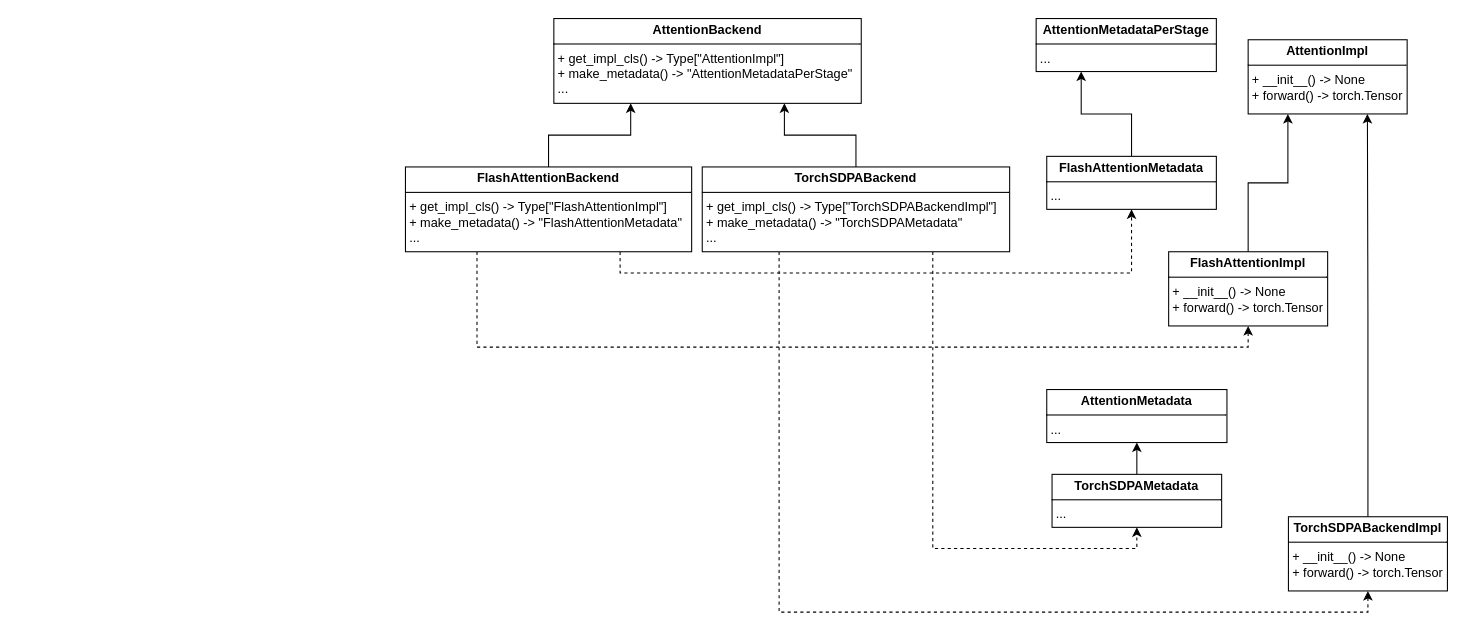
The draw.io diagram vllm_attention_backends.drawio in ZackWan/-, before the edit. Source tidied: cells renumbered, new cells numbered last; positions are measured from the earlier drawing's top-left corner, leaving out a move shared by most shapes. Both pictures are drawn from the tidied source at 106%, with x=0, y=0 at pixel (405, 18).
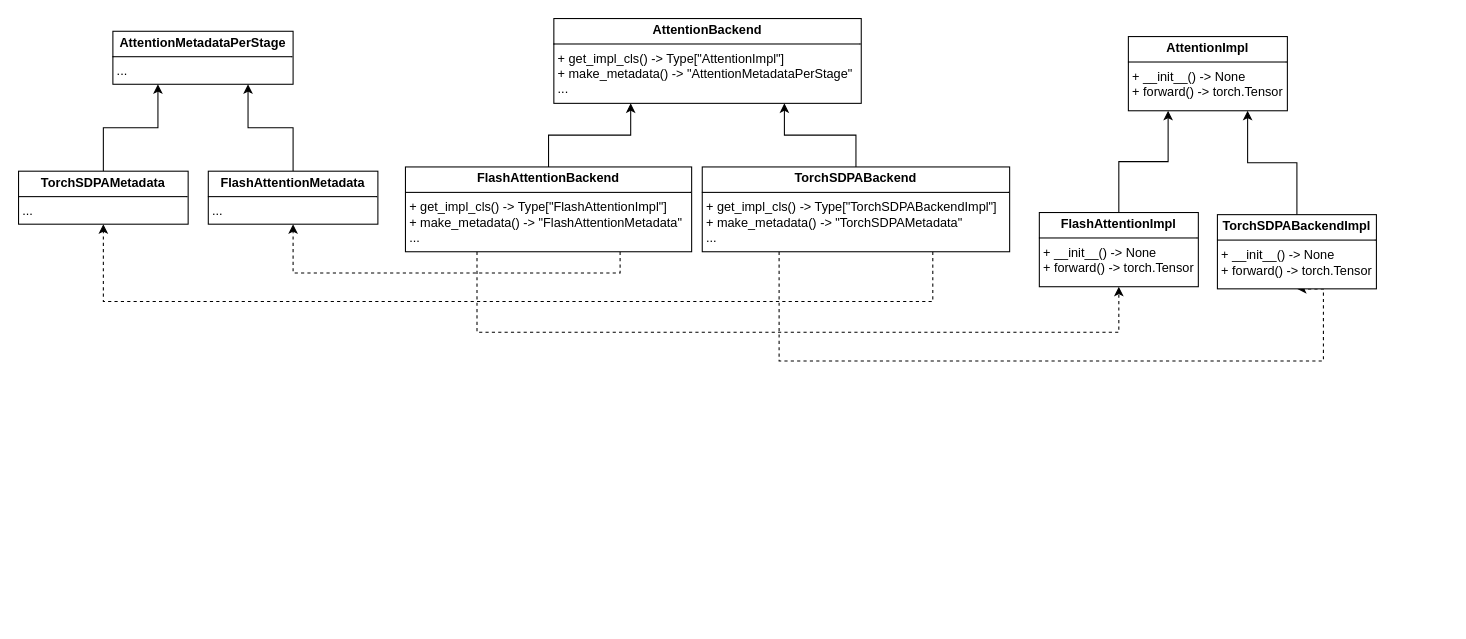
After the change.

Unchanged cells that the change refers to:
```xml
<mxCell id="6" value="&lt;p style=&quot;margin:0px;margin-top:4px;text-align:center;&quot;&gt;&lt;b&gt;FlashAttentionBackend&lt;/b&gt;&lt;/p&gt;&lt;hr size=&quot;1&quot; style=&quot;border-style:solid;&quot;&gt;&lt;p style=&quot;margin:0px;margin-left:4px;&quot;&gt;+ get_impl_cls() -&amp;gt; Type[&quot;FlashAttentionImpl&quot;]&lt;/p&gt;&lt;p style=&quot;margin:0px;margin-left:4px;&quot;&gt;+ make_metadata() -&amp;gt; &quot;FlashAttentionMetadata&quot;&lt;/p&gt;&lt;p style=&quot;margin:0px;margin-left:4px;&quot;&gt;...&lt;/p&gt;" style="verticalAlign=top;align=left;overflow=fill;html=1;whiteSpace=wrap;" parent="1" vertex="1">
  <mxGeometry y="140" width="270" height="80" as="geometry" />
</mxCell>
<mxCell id="16" value="&lt;p style=&quot;margin:0px;margin-top:4px;text-align:center;&quot;&gt;&lt;b&gt;TorchSDPABackend&lt;/b&gt;&lt;/p&gt;&lt;hr size=&quot;1&quot; style=&quot;border-style:solid;&quot;&gt;&lt;p style=&quot;margin:0px;margin-left:4px;&quot;&gt;+ get_impl_cls() -&amp;gt; Type[&quot;TorchSDPABackendImpl&quot;]&lt;/p&gt;&lt;p style=&quot;margin:0px;margin-left:4px;&quot;&gt;+ make_metadata() -&amp;gt; &quot;TorchSDPAMetadata&quot;&lt;/p&gt;&lt;p style=&quot;margin:0px;margin-left:4px;&quot;&gt;...&lt;/p&gt;" style="verticalAlign=top;align=left;overflow=fill;html=1;whiteSpace=wrap;" parent="1" vertex="1">
  <mxGeometry x="280" y="140" width="290" height="80" as="geometry" />
</mxCell>
```

The edit, as a diff of the source:
```diff
@@
     <mxCell id="5" style="edgeStyle=orthogonalEdgeStyle;rounded=0;jettySize=auto;html=1;exitX=0.25;exitY=1;exitDx=0;exitDy=0;entryX=0.5;entryY=1;entryDx=0;entryDy=0;dashed=1;" parent="1" edge="1" source="6" target="12">
-      <mxGeometry relative="1" as="geometry" />
+      <mxGeometry relative="1" as="geometry">
+        <Array as="points">
+          <mxPoint x="68" y="296" />
+          <mxPoint x="673" y="296" />
+        </Array>
+      </mxGeometry>
     </mxCell>
@@
     <mxCell id="7" value="&lt;p style=&quot;margin:0px;margin-top:4px;text-align:center;&quot;&gt;&lt;b&gt;&lt;span style=&quot;text-align: left;&quot;&gt;AttentionMetadata&lt;/span&gt;&lt;span style=&quot;background-color: initial; text-align: left;&quot;&gt;PerStage&lt;/span&gt;&lt;/b&gt;&lt;br&gt;&lt;/p&gt;&lt;hr size=&quot;1&quot; style=&quot;border-style:solid;&quot;&gt;&lt;p style=&quot;margin:0px;margin-left:4px;&quot;&gt;...&lt;/p&gt;" style="verticalAlign=top;align=left;overflow=fill;html=1;whiteSpace=wrap;" parent="1" vertex="1">
-      <mxGeometry x="595" width="170" height="50" as="geometry" />
+      <mxGeometry x="-276" y="12" width="170" height="50" as="geometry" />
     </mxCell>
-    <mxCell id="8" style="edgeStyle=orthogonalEdgeStyle;rounded=0;jettySize=auto;html=1;exitX=0.5;exitY=0;exitDx=0;exitDy=0;entryX=0.25;entryY=1;entryDx=0;entryDy=0;" parent="1" edge="1" source="9" target="7">
+    <mxCell id="8" style="edgeStyle=orthogonalEdgeStyle;rounded=0;jettySize=auto;html=1;exitX=0.5;exitY=0;exitDx=0;exitDy=0;entryX=0.75;entryY=1;entryDx=0;entryDy=0;" parent="1" edge="1" source="9" target="7">
       <mxGeometry relative="1" as="geometry" />
     </mxCell>
     <mxCell id="9" value="&lt;p style=&quot;margin:0px;margin-top:4px;text-align:center;&quot;&gt;&lt;b&gt;&lt;span style=&quot;text-align: left;&quot;&gt;FlashAttentionMetadata&lt;/span&gt;&lt;br&gt;&lt;/b&gt;&lt;/p&gt;&lt;hr size=&quot;1&quot; style=&quot;border-style:solid;&quot;&gt;&lt;p style=&quot;margin:0px;margin-left:4px;&quot;&gt;...&lt;/p&gt;" style="verticalAlign=top;align=left;overflow=fill;html=1;whiteSpace=wrap;" parent="1" vertex="1">
-      <mxGeometry x="605" y="130" width="160" height="50" as="geometry" />
+      <mxGeometry x="-186" y="144" width="160" height="50" as="geometry" />
     </mxCell>
     <mxCell id="10" value="&lt;p style=&quot;margin:0px;margin-top:4px;text-align:center;&quot;&gt;&lt;b&gt;AttentionImpl&lt;/b&gt;&lt;/p&gt;&lt;hr size=&quot;1&quot; style=&quot;border-style:solid;&quot;&gt;&lt;p style=&quot;margin:0px;margin-left:4px;&quot;&gt;&lt;/p&gt;&lt;p style=&quot;margin:0px;margin-left:4px;&quot;&gt;+ __init__() -&amp;gt; None&lt;/p&gt;&lt;p style=&quot;margin:0px;margin-left:4px;&quot;&gt;+ forward() -&amp;gt; torch.Tensor&lt;/p&gt;" style="verticalAlign=top;align=left;overflow=fill;html=1;whiteSpace=wrap;" parent="1" vertex="1">
-      <mxGeometry x="795" y="20" width="150" height="70" as="geometry" />
+      <mxGeometry x="682" y="17" width="150" height="70" as="geometry" />
     </mxCell>
@@
     <mxCell id="12" value="&lt;p style=&quot;margin:0px;margin-top:4px;text-align:center;&quot;&gt;&lt;b&gt;FlashAttentionImpl&lt;/b&gt;&lt;/p&gt;&lt;hr size=&quot;1&quot; style=&quot;border-style:solid;&quot;&gt;&lt;p style=&quot;margin:0px;margin-left:4px;&quot;&gt;&lt;/p&gt;&lt;p style=&quot;margin:0px;margin-left:4px;&quot;&gt;+ __init__() -&amp;gt; None&lt;/p&gt;&lt;p style=&quot;margin:0px;margin-left:4px;&quot;&gt;+ forward() -&amp;gt; torch.Tensor&lt;/p&gt;" style="verticalAlign=top;align=left;overflow=fill;html=1;whiteSpace=wrap;" parent="1" vertex="1">
-      <mxGeometry x="720" y="220" width="150" height="70" as="geometry" />
+      <mxGeometry x="598" y="183" width="150" height="70" as="geometry" />
     </mxCell>
     <mxCell id="13" style="edgeStyle=orthogonalEdgeStyle;rounded=0;jettySize=auto;html=1;exitX=0.75;exitY=1;exitDx=0;exitDy=0;entryX=0.5;entryY=1;entryDx=0;entryDy=0;dashed=1;" parent="1" edge="1" source="16" target="19">
-      <mxGeometry relative="1" as="geometry" />
+      <mxGeometry relative="1" as="geometry">
+        <Array as="points">
+          <mxPoint x="498" y="267" />
+          <mxPoint x="-285" y="267" />
+        </Array>
+      </mxGeometry>
     </mxCell>
     <mxCell id="14" style="edgeStyle=orthogonalEdgeStyle;rounded=0;jettySize=auto;html=1;exitX=0.25;exitY=1;exitDx=0;exitDy=0;entryX=0.5;entryY=1;entryDx=0;entryDy=0;dashed=1;" parent="1" edge="1" source="16" target="21">
-      <mxGeometry relative="1" as="geometry" />
+      <mxGeometry relative="1" as="geometry">
+        <Array as="points">
+          <mxPoint x="353" y="323" />
+          <mxPoint x="866" y="323" />
+        </Array>
+      </mxGeometry>
     </mxCell>
@@
-    <mxCell id="17" value="&lt;p style=&quot;margin:0px;margin-top:4px;text-align:center;&quot;&gt;&lt;b&gt;&lt;span style=&quot;text-align: left;&quot;&gt;AttentionMetadata&lt;/span&gt;&lt;/b&gt;&lt;br&gt;&lt;/p&gt;&lt;hr size=&quot;1&quot; style=&quot;border-style:solid;&quot;&gt;&lt;p style=&quot;margin:0px;margin-left:4px;&quot;&gt;...&lt;/p&gt;" style="verticalAlign=top;align=left;overflow=fill;html=1;whiteSpace=wrap;" parent="1" vertex="1">
-      <mxGeometry x="605" y="350" width="170" height="50" as="geometry" />
-    </mxCell>
-    <mxCell id="18" style="edgeStyle=orthogonalEdgeStyle;rounded=0;jettySize=auto;html=1;exitX=0.5;exitY=0;exitDx=0;exitDy=0;entryX=0.5;entryY=1;entryDx=0;entryDy=0;" parent="1" edge="1" source="19" target="17">
+    <mxCell id="18" style="edgeStyle=orthogonalEdgeStyle;rounded=0;jettySize=auto;html=1;exitX=0.5;exitY=0;exitDx=0;exitDy=0;entryX=0.25;entryY=1;entryDx=0;entryDy=0;" parent="1" edge="1" source="19" target="7">
       <mxGeometry relative="1" as="geometry" />
     </mxCell>
     <mxCell id="19" value="&lt;p style=&quot;margin:0px;margin-top:4px;text-align:center;&quot;&gt;&lt;span style=&quot;background-color: initial; text-align: left;&quot;&gt;&lt;b&gt;TorchSDPA&lt;/b&gt;&lt;/span&gt;&lt;b&gt;&lt;span style=&quot;text-align: left;&quot;&gt;Metadata&lt;/span&gt;&lt;br&gt;&lt;/b&gt;&lt;/p&gt;&lt;hr size=&quot;1&quot; style=&quot;border-style:solid;&quot;&gt;&lt;p style=&quot;margin:0px;margin-left:4px;&quot;&gt;...&lt;/p&gt;" style="verticalAlign=top;align=left;overflow=fill;html=1;whiteSpace=wrap;" parent="1" vertex="1">
-      <mxGeometry x="610" y="430" width="160" height="50" as="geometry" />
+      <mxGeometry x="-365" y="144" width="160" height="50" as="geometry" />
     </mxCell>
@@
     <mxCell id="21" value="&lt;p style=&quot;text-align: center; margin: 4px 0px 0px;&quot;&gt;&lt;span style=&quot;background-color: initial; text-align: left;&quot;&gt;&lt;b&gt;TorchSDPABackend&lt;/b&gt;&lt;/span&gt;&lt;b&gt;Impl&lt;/b&gt;&lt;/p&gt;&lt;hr size=&quot;1&quot; style=&quot;border-style:solid;&quot;&gt;&lt;p style=&quot;margin:0px;margin-left:4px;&quot;&gt;&lt;/p&gt;&lt;p style=&quot;margin:0px;margin-left:4px;&quot;&gt;+ __init__() -&amp;gt; None&lt;/p&gt;&lt;p style=&quot;margin:0px;margin-left:4px;&quot;&gt;+ forward() -&amp;gt; torch.Tensor&lt;/p&gt;" style="verticalAlign=top;align=left;overflow=fill;html=1;whiteSpace=wrap;" parent="1" vertex="1">
-      <mxGeometry x="833" y="470" width="150" height="70" as="geometry" />
+      <mxGeometry x="766" y="185" width="150" height="70" as="geometry" />
     </mxCell>
```
